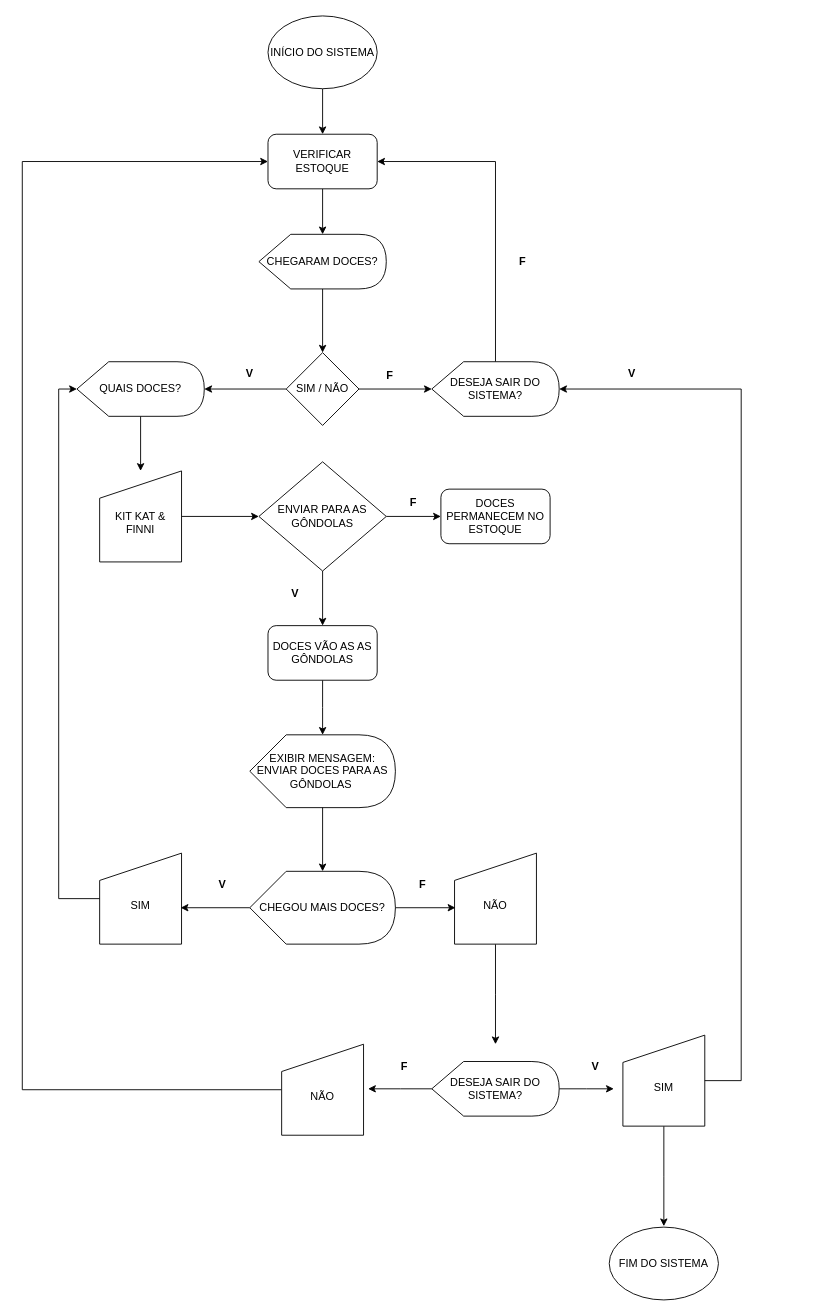
ramon-negreiros/fluxogramas keeps this draw.io diagram as Loja_de_doce.drawio. Above is the earlier version. Source tidied: cells renumbered, new cells numbered last; positions are measured from the earlier drawing's top-left corner, leaving out a move shared by most shapes. Both pictures are drawn from the tidied source at 91%, with x=0, y=0 at pixel (22, 15).
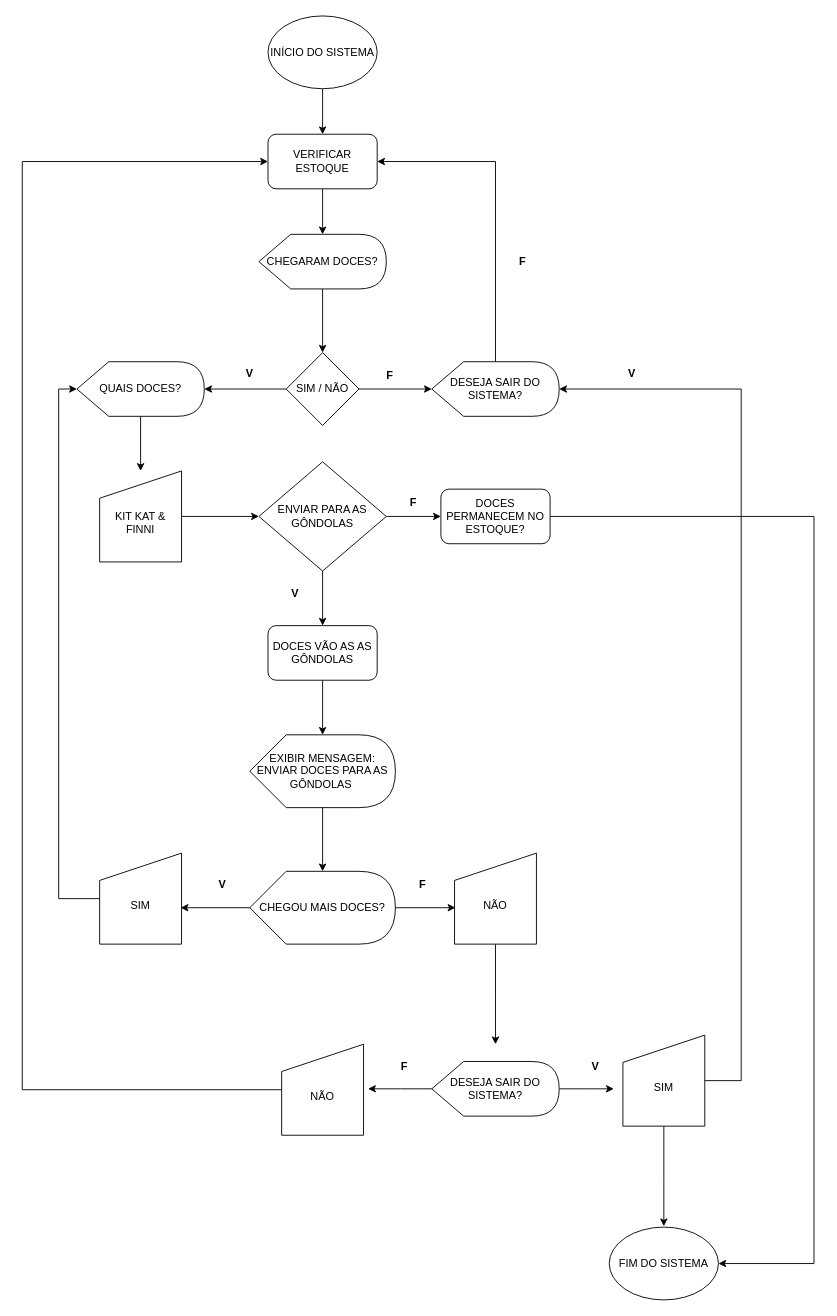
After the change.

Unchanged cells that the change refers to:
```xml
<mxCell id="40" value="FIM DO SISTEMA" style="ellipse;whiteSpace=wrap;html=1;" parent="1" vertex="1">
  <mxGeometry x="645" y="1331" width="120" height="80" as="geometry" />
</mxCell>
```

Diff of the diagram source:
```diff
@@
+    <mxCell id="51" style="edgeStyle=orthogonalEdgeStyle;rounded=0;jettySize=auto;html=1;entryX=1;entryY=0.5;entryDx=0;entryDy=0;" parent="1" edge="1" source="22" target="40">
+      <mxGeometry relative="1" as="geometry">
+        <Array as="points">
+          <mxPoint x="870" y="550" />
+          <mxPoint x="870" y="1371" />
+        </Array>
+      </mxGeometry>
+    </mxCell>
-    <mxCell id="22" value="DOCES PERMANECEM NO ESTOQUE" style="rounded=1;whiteSpace=wrap;html=1;" parent="1" vertex="1">
+    <mxCell id="22" value="DOCES PERMANECEM NO ESTOQUE?" style="rounded=1;whiteSpace=wrap;html=1;" parent="1" vertex="1">
       <mxGeometry x="460" y="520" width="120" height="60" as="geometry" />
     </mxCell>
```
